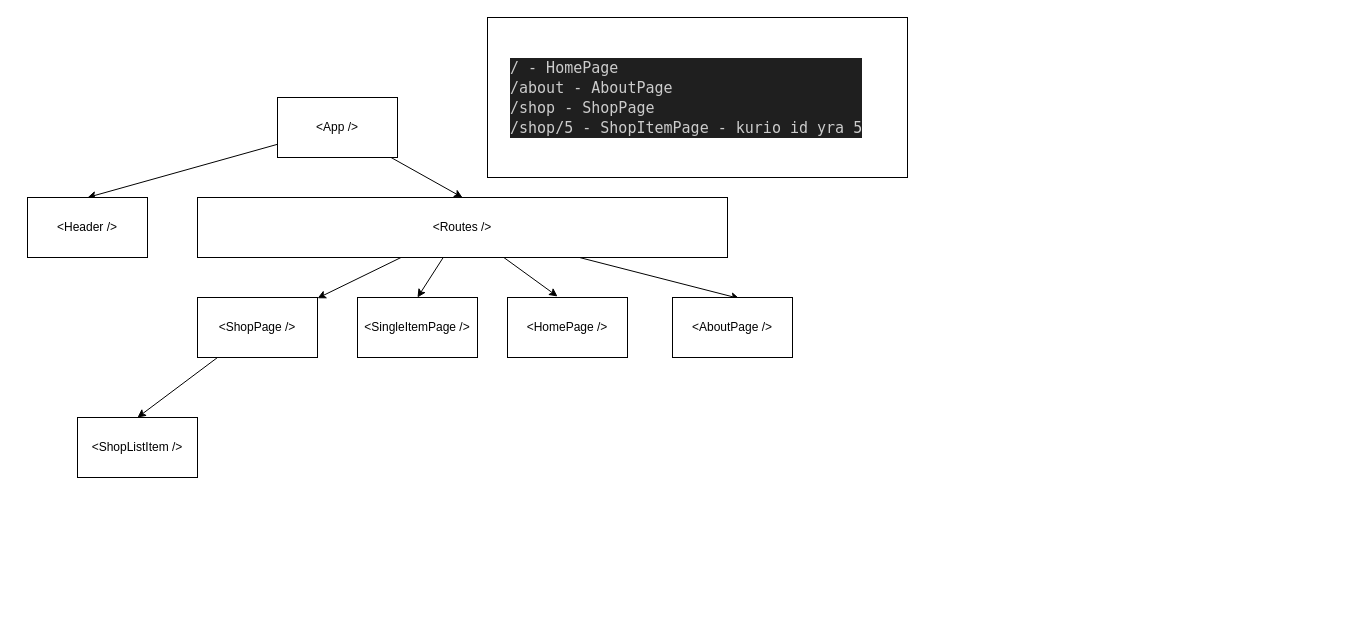
The draw.io diagram draw.drawio in MariusCodeAcademy/type19-15_react_components_cart_practice, before the edit. Source tidied: cells renumbered, new cells numbered last; positions are measured from the earlier drawing's top-left corner, leaving out a move shared by most shapes. Both pictures are drawn from the tidied source at 100%, with x=0, y=0 at pixel (27, 17).
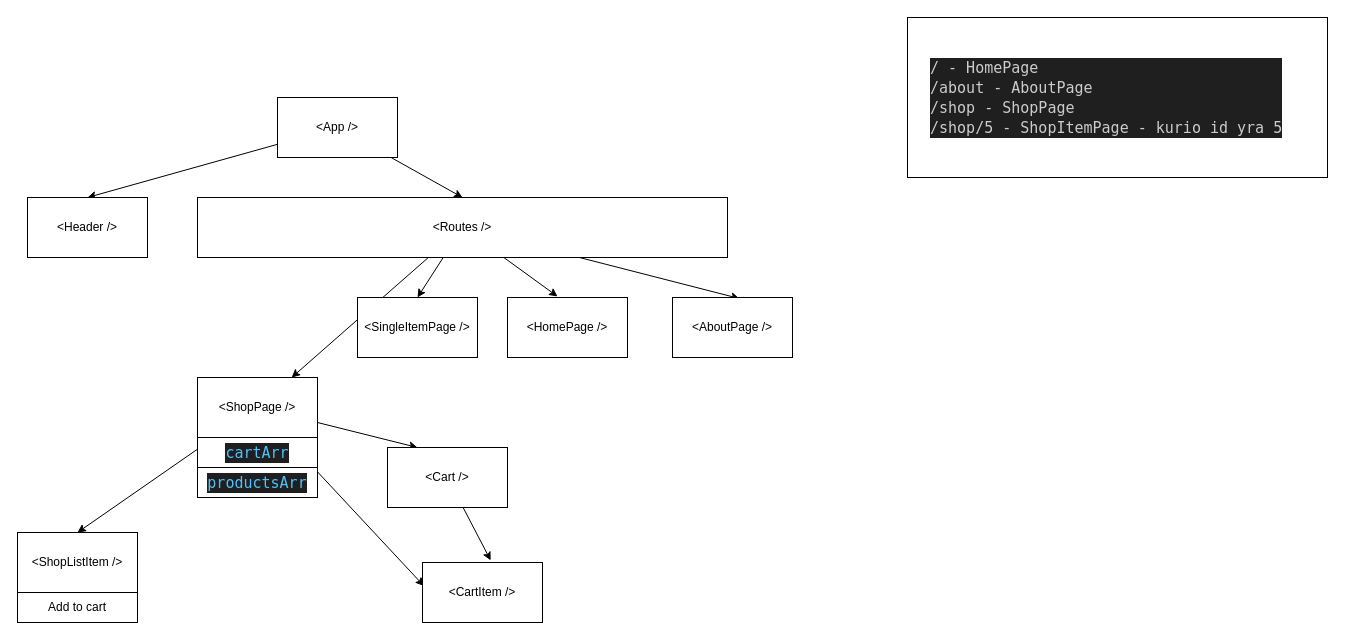
The same diagram, later.

The edit, as a diff of the source:
```diff
@@
+    <mxCell id="18" style="edgeStyle=none;html=1;entryX=0.25;entryY=0;entryDx=0;entryDy=0;" parent="1" edge="1" source="14" target="21">
+      <mxGeometry relative="1" as="geometry" />
+    </mxCell>
+    <mxCell id="19" style="edgeStyle=none;html=1;entryX=0.012;entryY=0.391;entryDx=0;entryDy=0;entryPerimeter=0;" parent="1" edge="1" source="14" target="22">
+      <mxGeometry relative="1" as="geometry" />
+    </mxCell>
     <mxCell id="14" value="&amp;lt;ShopPage /&amp;gt;" style="rounded=0;whiteSpace=wrap;html=1;" parent="1" vertex="1">
-      <mxGeometry x="170" y="280" width="120" height="60" as="geometry" />
+      <mxGeometry x="170" y="360" width="120" height="60" as="geometry" />
     </mxCell>
     <mxCell id="15" value="&amp;lt;ShopListItem /&amp;gt;" style="rounded=0;whiteSpace=wrap;html=1;" parent="1" vertex="1">
-      <mxGeometry x="50" y="400" width="120" height="60" as="geometry" />
+      <mxGeometry x="-10" y="515" width="120" height="60" as="geometry" />
     </mxCell>
@@
     <mxCell id="17" value="&lt;div style=&quot;color: rgb(204, 204, 204); background-color: rgb(31, 31, 31); font-family: &amp;quot;Cascadia code PL&amp;quot;, Menlo, Monaco, &amp;quot;Courier New&amp;quot;, monospace, Consolas, &amp;quot;Courier New&amp;quot;, monospace; font-size: 15px; line-height: 20px;&quot;&gt;&lt;div&gt;/ - HomePage&lt;/div&gt;&lt;div&gt;/about - AboutPage&lt;/div&gt;&lt;div&gt;/shop - ShopPage&lt;/div&gt;&lt;div&gt;/shop/5 - ShopItemPage - kurio id yra 5&lt;/div&gt;&lt;/div&gt;" style="rounded=0;whiteSpace=wrap;html=1;align=left;spacingLeft=21;" parent="1" vertex="1">
-      <mxGeometry x="460" width="420" height="160" as="geometry" />
+      <mxGeometry x="880" width="420" height="160" as="geometry" />
     </mxCell>
+    <mxCell id="20" style="edgeStyle=none;html=1;entryX=0.568;entryY=-0.035;entryDx=0;entryDy=0;entryPerimeter=0;" parent="1" edge="1" source="21" target="22">
+      <mxGeometry relative="1" as="geometry" />
+    </mxCell>
+    <mxCell id="21" value="&amp;lt;Cart /&amp;gt;" style="rounded=0;whiteSpace=wrap;html=1;" parent="1" vertex="1">
+      <mxGeometry x="360" y="430" width="120" height="60" as="geometry" />
+    </mxCell>
+    <mxCell id="22" value="&amp;lt;CartItem /&amp;gt;" style="rounded=0;whiteSpace=wrap;html=1;" parent="1" vertex="1">
+      <mxGeometry x="395" y="545" width="120" height="60" as="geometry" />
+    </mxCell>
+    <mxCell id="23" value="Add to cart" style="rounded=0;whiteSpace=wrap;html=1;" parent="1" vertex="1">
+      <mxGeometry x="-10" y="575" width="120" height="30" as="geometry" />
+    </mxCell>
+    <mxCell id="24" value="&lt;div style=&quot;color: rgb(204, 204, 204); background-color: rgb(31, 31, 31); font-family: &amp;quot;Cascadia code PL&amp;quot;, Menlo, Monaco, &amp;quot;Courier New&amp;quot;, monospace, Consolas, &amp;quot;Courier New&amp;quot;, monospace; font-size: 15px; line-height: 20px;&quot;&gt;&lt;span style=&quot;color: #4fc1ff;&quot;&gt;cartArr&lt;/span&gt;&lt;/div&gt;" style="rounded=0;whiteSpace=wrap;html=1;" parent="1" vertex="1">
+      <mxGeometry x="170" y="420" width="120" height="30" as="geometry" />
+    </mxCell>
+    <mxCell id="25" value="&lt;div style=&quot;color: rgb(204, 204, 204); background-color: rgb(31, 31, 31); font-family: &amp;quot;Cascadia code PL&amp;quot;, Menlo, Monaco, &amp;quot;Courier New&amp;quot;, monospace, Consolas, &amp;quot;Courier New&amp;quot;, monospace; font-size: 15px; line-height: 20px;&quot;&gt;&lt;span style=&quot;color: #4fc1ff;&quot;&gt;productsArr&lt;/span&gt;&lt;/div&gt;" style="rounded=0;whiteSpace=wrap;html=1;" parent="1" vertex="1">
+      <mxGeometry x="170" y="450" width="120" height="30" as="geometry" />
+    </mxCell>
```
